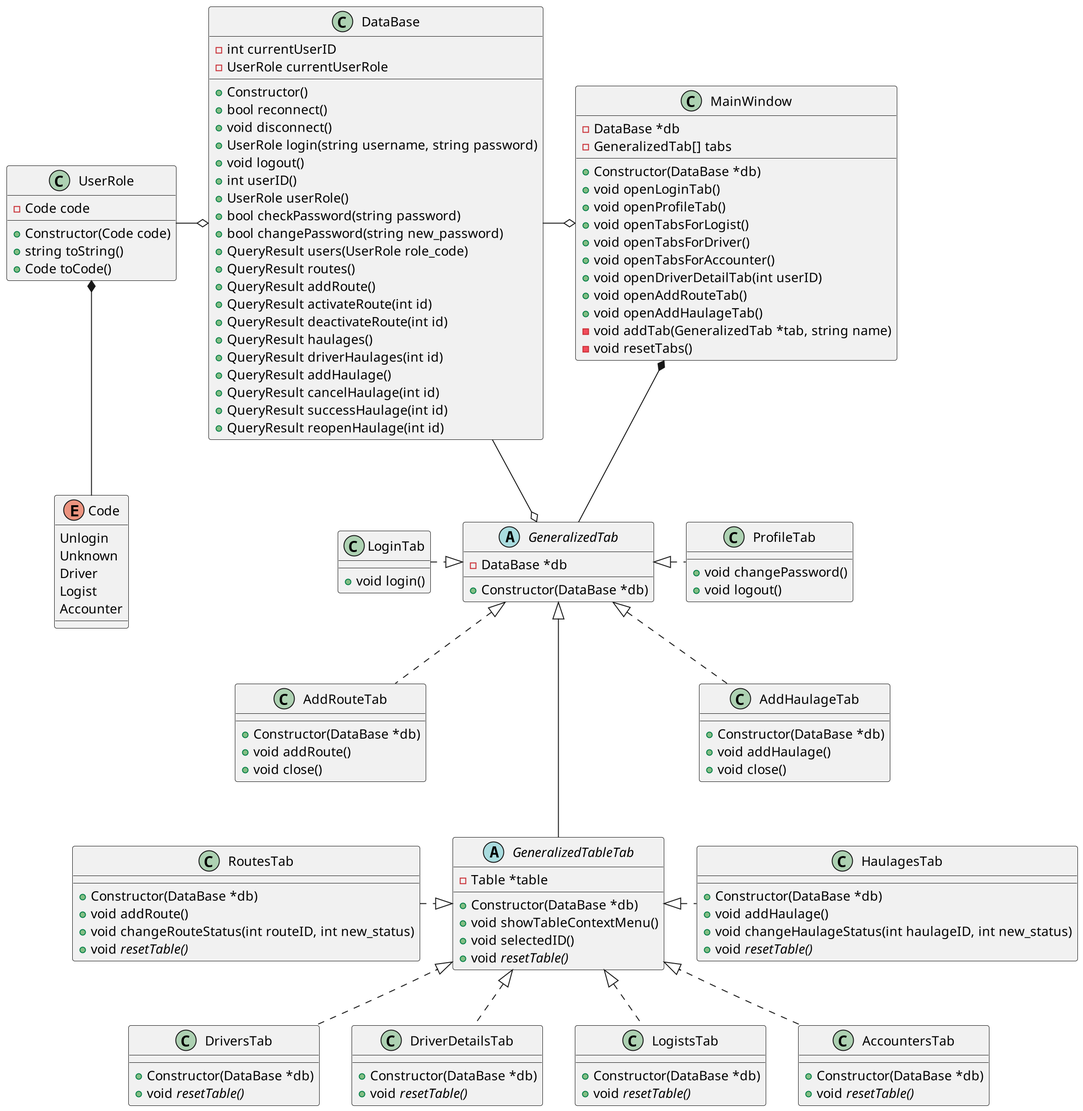
Earlier version of the PlantUML export class/class.png (gur7en/kp4).
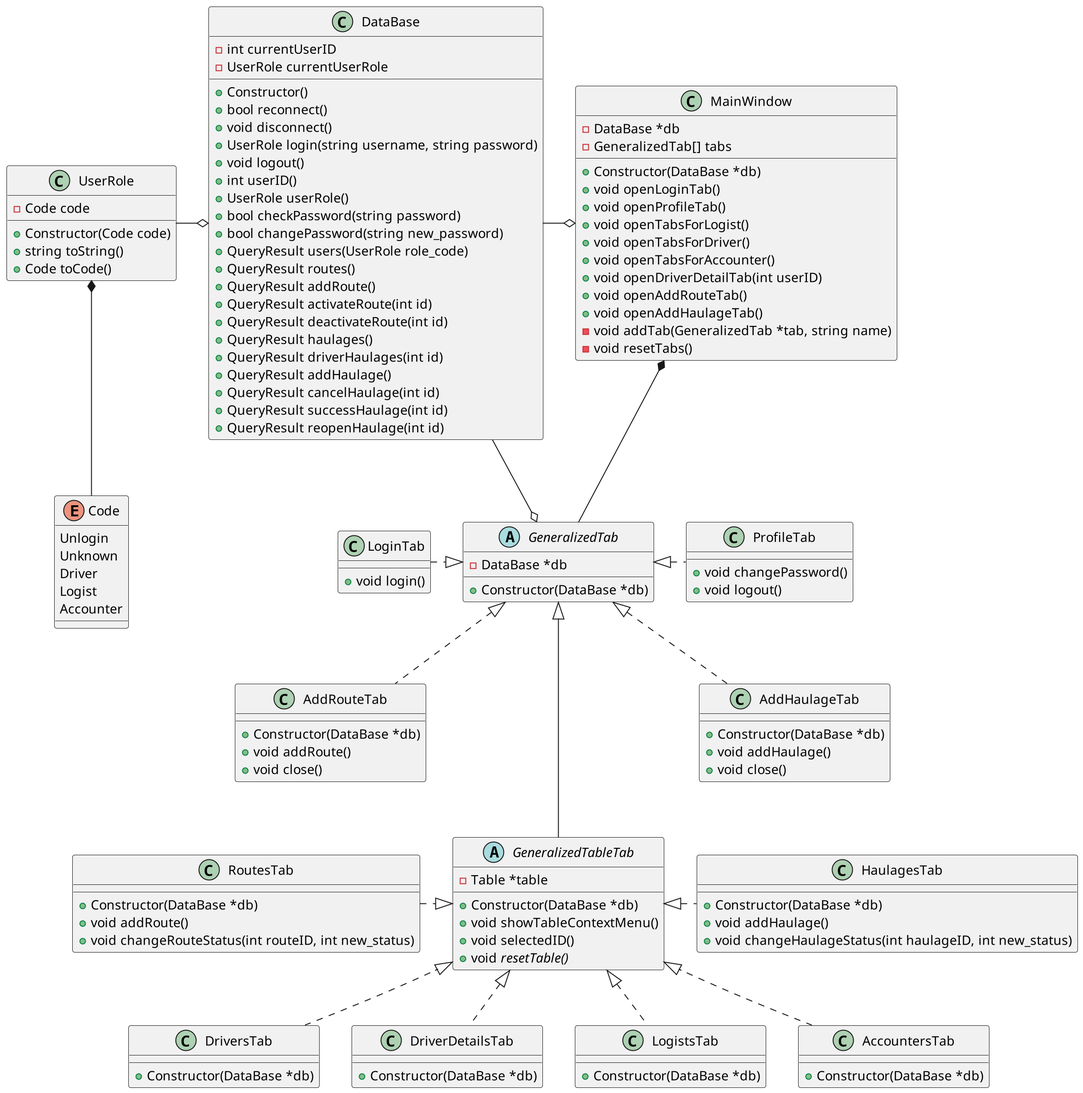
Above is the later version.

Diff of the diagram source:
```diff
@@ -83,36 +83,30 @@
 
 class DriversTab {
     + Constructor(DataBase *db)
-    + void //resetTable()//
 }
 
 class LogistsTab {
     + Constructor(DataBase *db)
-    + void //resetTable()//
 }
 
 class AccountersTab {
     + Constructor(DataBase *db)
-    + void //resetTable()//
 }
 
 class DriverDetailsTab {
     + Constructor(DataBase *db)
-    + void //resetTable()//
 }
 
 class RoutesTab {
     + Constructor(DataBase *db)
     + void addRoute()
     + void changeRouteStatus(int routeID, int new_status)
-    + void //resetTable()//
 }
 
 class HaulagesTab {
     + Constructor(DataBase *db)
     + void addHaulage()
     + void changeHaulageStatus(int haulageID, int new_status)
-    + void //resetTable()//
 }
 
 class AddRouteTab {
```
